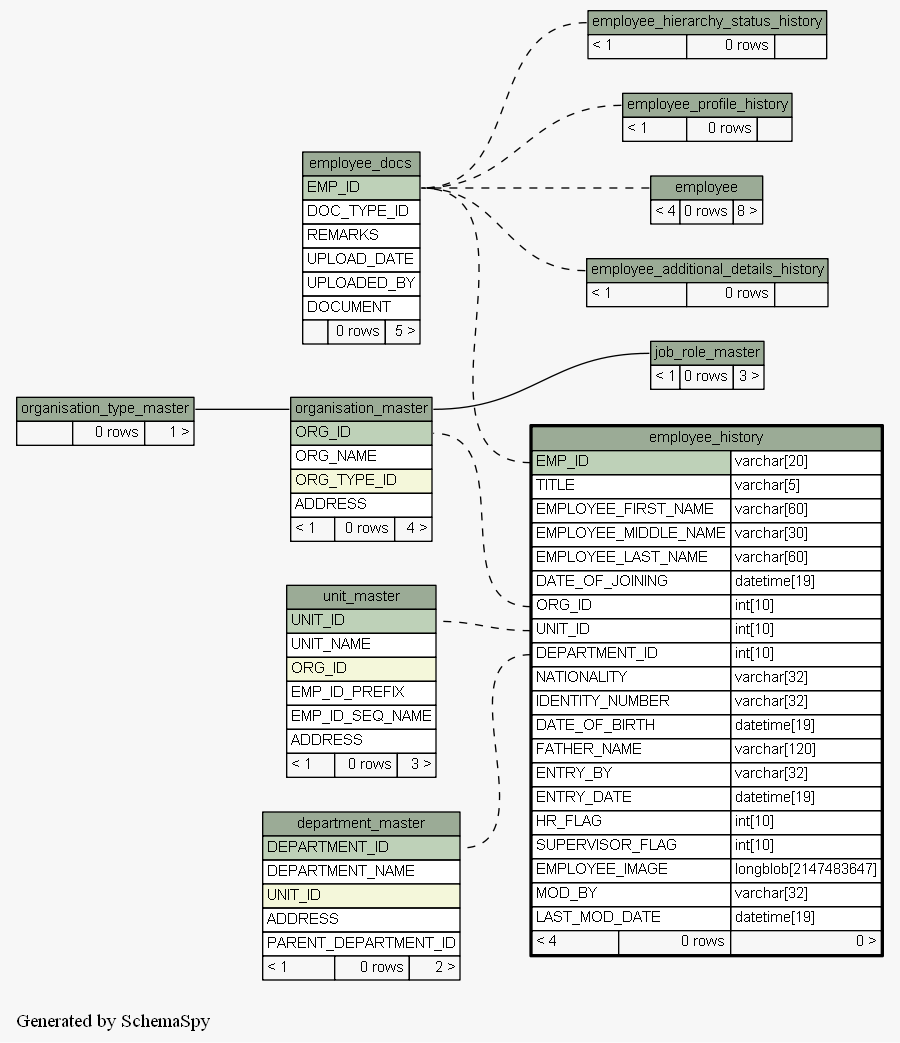
Earlier version of the Graphviz export docs/database/schemaspy/graphs/employee_history.implied2degrees.png (engineerscraft/hrms). Its source is kept beside it as docs/database/schemaspy/graphs/employee_history.implied2degrees.dot. Its diagram source:
```dot
digraph "impliedTwoDegreesRelationshipsGraph" {
  graph [
    rankdir="RL"
    bgcolor="#f7f7f7"
    label="\nGenerated by SchemaSpy"
    labeljust="l"
  ];
  node [
    fontname="Helvetica"
    fontsize="11"
    shape="plaintext"
  ];
  edge [
    arrowsize="0.8"
  ];
  "employee":"employee.heading":w -> "employee_docs":"EMP_ID":e [arrowtail=tee arrowhead=none style=dashed];
  "employee_additional_details_history":"employee_additional_details_history.heading":w -> "employee_docs":"EMP_ID":e [arrowtail=crowodot arrowhead=none style=dashed];
  "employee_hierarchy_status_history":"employee_hierarchy_status_history.heading":w -> "employee_docs":"EMP_ID":e [arrowtail=tee arrowhead=none style=dashed];
  "employee_history":"DEPARTMENT_ID":w -> "department_master":"DEPARTMENT_ID":e [arrowtail=crowodot arrowhead=none style=dashed];
  "employee_history":"EMP_ID":w -> "employee_docs":"EMP_ID":e [arrowtail=tee arrowhead=none style=dashed];
  "employee_history":"ORG_ID":w -> "organisation_master":"ORG_ID":e [arrowtail=crowodot arrowhead=none style=dashed];
  "employee_history":"UNIT_ID":w -> "unit_master":"UNIT_ID":e [arrowtail=crowodot arrowhead=none style=dashed];
  "employee_profile_history":"employee_profile_history.heading":w -> "employee_docs":"EMP_ID":e [arrowtail=crowodot arrowhead=none style=dashed];
  "job_role_master":"job_role_master.heading":w -> "organisation_master":"organisation_master.heading":e [arrowtail=crowtee arrowhead=none];
  "organisation_master":"organisation_master.heading":w -> "organisation_type_master":"organisation_type_master.heading":e [arrowtail=crowodot arrowhead=none];
  "department_master" [
    label=<
    <TABLE BORDER="0" CELLBORDER="1" CELLSPACING="0" BGCOLOR="#ffffff">
      <TR><TD PORT="department_master.heading" COLSPAN="3" BGCOLOR="#9bab96" ALIGN="CENTER">department_master</TD></TR>
      <TR><TD PORT="DEPARTMENT_ID" COLSPAN="3" BGCOLOR="#bed1b8" ALIGN="LEFT">DEPARTMENT_ID</TD></TR>
      <TR><TD PORT="DEPARTMENT_NAME" COLSPAN="3" ALIGN="LEFT">DEPARTMENT_NAME</TD></TR>
      <TR><TD PORT="UNIT_ID" COLSPAN="3" BGCOLOR="#f4f7da" ALIGN="LEFT">UNIT_ID</TD></TR>
      <TR><TD PORT="ADDRESS" COLSPAN="3" ALIGN="LEFT">ADDRESS</TD></TR>
      <TR><TD PORT="PARENT_DEPARTMENT_ID" COLSPAN="3" ALIGN="LEFT">PARENT_DEPARTMENT_ID</TD></TR>
      <TR><TD ALIGN="LEFT" BGCOLOR="#f7f7f7">&lt; 1</TD><TD ALIGN="RIGHT" BGCOLOR="#f7f7f7">0 rows</TD><TD ALIGN="RIGHT" BGCOLOR="#f7f7f7">2 &gt;</TD></TR>
    </TABLE>>
    URL="department_master.html#graph"
    tooltip="department_master"
  ];
  "employee" [
    label=<
    <TABLE BORDER="0" CELLBORDER="1" CELLSPACING="0" BGCOLOR="#ffffff">
      <TR><TD PORT="employee.heading" COLSPAN="3" BGCOLOR="#9bab96" ALIGN="CENTER">employee</TD></TR>
      <TR><TD ALIGN="LEFT" BGCOLOR="#f7f7f7">&lt; 4</TD><TD ALIGN="RIGHT" BGCOLOR="#f7f7f7">0 rows</TD><TD ALIGN="RIGHT" BGCOLOR="#f7f7f7">8 &gt;</TD></TR>
    </TABLE>>
    URL="employee.html#graph"
    tooltip="employee"
  ];
  "employee_additional_details_history" [
    label=<
    <TABLE BORDER="0" CELLBORDER="1" CELLSPACING="0" BGCOLOR="#ffffff">
      <TR><TD PORT="employee_additional_details_history.heading" COLSPAN="3" BGCOLOR="#9bab96" ALIGN="CENTER">employee_additional_details_history</TD></TR>
      <TR><TD ALIGN="LEFT" BGCOLOR="#f7f7f7">&lt; 1</TD><TD ALIGN="RIGHT" BGCOLOR="#f7f7f7">0 rows</TD><TD ALIGN="RIGHT" BGCOLOR="#f7f7f7">  </TD></TR>
    </TABLE>>
    URL="employee_additional_details_history.html#graph"
    tooltip="employee_additional_details_history"
  ];
  "employee_docs" [
    label=<
    <TABLE BORDER="0" CELLBORDER="1" CELLSPACING="0" BGCOLOR="#ffffff">
      <TR><TD PORT="employee_docs.heading" COLSPAN="3" BGCOLOR="#9bab96" ALIGN="CENTER">employee_docs</TD></TR>
      <TR><TD PORT="EMP_ID" COLSPAN="3" BGCOLOR="#bed1b8" ALIGN="LEFT">EMP_ID</TD></TR>
      <TR><TD PORT="DOC_TYPE_ID" COLSPAN="3" ALIGN="LEFT">DOC_TYPE_ID</TD></TR>
      <TR><TD PORT="REMARKS" COLSPAN="3" ALIGN="LEFT">REMARKS</TD></TR>
      <TR><TD PORT="UPLOAD_DATE" COLSPAN="3" ALIGN="LEFT">UPLOAD_DATE</TD></TR>
      <TR><TD PORT="UPLOADED_BY" COLSPAN="3" ALIGN="LEFT">UPLOADED_BY</TD></TR>
      <TR><TD PORT="DOCUMENT" COLSPAN="3" ALIGN="LEFT">DOCUMENT</TD></TR>
      <TR><TD ALIGN="LEFT" BGCOLOR="#f7f7f7">  </TD><TD ALIGN="RIGHT" BGCOLOR="#f7f7f7">0 rows</TD><TD ALIGN="RIGHT" BGCOLOR="#f7f7f7">5 &gt;</TD></TR>
    </TABLE>>
    URL="employee_docs.html#graph"
    tooltip="employee_docs"
  ];
  "employee_hierarchy_status_history" [
    label=<
    <TABLE BORDER="0" CELLBORDER="1" CELLSPACING="0" BGCOLOR="#ffffff">
      <TR><TD PORT="employee_hierarchy_status_history.heading" COLSPAN="3" BGCOLOR="#9bab96" ALIGN="CENTER">employee_hierarchy_status_history</TD></TR>
      <TR><TD ALIGN="LEFT" BGCOLOR="#f7f7f7">&lt; 1</TD><TD ALIGN="RIGHT" BGCOLOR="#f7f7f7">0 rows</TD><TD ALIGN="RIGHT" BGCOLOR="#f7f7f7">  </TD></TR>
    </TABLE>>
    URL="employee_hierarchy_status_history.html#graph"
    tooltip="employee_hierarchy_status_history"
  ];
  "employee_history" [
    label=<
    <TABLE BORDER="2" CELLBORDER="1" CELLSPACING="0" BGCOLOR="#ffffff">
      <TR><TD PORT="employee_history.heading" COLSPAN="3" BGCOLOR="#9bab96" ALIGN="CENTER">employee_history</TD></TR>
      <TR><TD PORT="EMP_ID" COLSPAN="2" BGCOLOR="#bed1b8" ALIGN="LEFT">EMP_ID</TD><TD PORT="EMP_ID.type" ALIGN="LEFT">varchar[20]</TD></TR>
      <TR><TD PORT="TITLE" COLSPAN="2" ALIGN="LEFT">TITLE</TD><TD PORT="TITLE.type" ALIGN="LEFT">varchar[5]</TD></TR>
      <TR><TD PORT="EMPLOYEE_FIRST_NAME" COLSPAN="2" ALIGN="LEFT">EMPLOYEE_FIRST_NAME</TD><TD PORT="EMPLOYEE_FIRST_NAME.type" ALIGN="LEFT">varchar[60]</TD></TR>
      <TR><TD PORT="EMPLOYEE_MIDDLE_NAME" COLSPAN="2" ALIGN="LEFT">EMPLOYEE_MIDDLE_NAME</TD><TD PORT="EMPLOYEE_MIDDLE_NAME.type" ALIGN="LEFT">varchar[30]</TD></TR>
      <TR><TD PORT="EMPLOYEE_LAST_NAME" COLSPAN="2" ALIGN="LEFT">EMPLOYEE_LAST_NAME</TD><TD PORT="EMPLOYEE_LAST_NAME.type" ALIGN="LEFT">varchar[60]</TD></TR>
      <TR><TD PORT="DATE_OF_JOINING" COLSPAN="2" ALIGN="LEFT">DATE_OF_JOINING</TD><TD PORT="DATE_OF_JOINING.type" ALIGN="LEFT">datetime[19]</TD></TR>
      <TR><TD PORT="ORG_ID" COLSPAN="2" ALIGN="LEFT">ORG_ID</TD><TD PORT="ORG_ID.type" ALIGN="LEFT">int[10]</TD></TR>
      <TR><TD PORT="UNIT_ID" COLSPAN="2" ALIGN="LEFT">UNIT_ID</TD><TD PORT="UNIT_ID.type" ALIGN="LEFT">int[10]</TD></TR>
      <TR><TD PORT="DEPARTMENT_ID" COLSPAN="2" ALIGN="LEFT">DEPARTMENT_ID</TD><TD PORT="DEPARTMENT_ID.type" ALIGN="LEFT">int[10]</TD></TR>
      <TR><TD PORT="NATIONALITY" COLSPAN="2" ALIGN="LEFT">NATIONALITY</TD><TD PORT="NATIONALITY.type" ALIGN="LEFT">varchar[32]</TD></TR>
      <TR><TD PORT="IDENTITY_NUMBER" COLSPAN="2" ALIGN="LEFT">IDENTITY_NUMBER</TD><TD PORT="IDENTITY_NUMBER.type" ALIGN="LEFT">varchar[32]</TD></TR>
      <TR><TD PORT="DATE_OF_BIRTH" COLSPAN="2" ALIGN="LEFT">DATE_OF_BIRTH</TD><TD PORT="DATE_OF_BIRTH.type" ALIGN="LEFT">datetime[19]</TD></TR>
      <TR><TD PORT="FATHER_NAME" COLSPAN="2" ALIGN="LEFT">FATHER_NAME</TD><TD PORT="FATHER_NAME.type" ALIGN="LEFT">varchar[120]</TD></TR>
      <TR><TD PORT="ENTRY_BY" COLSPAN="2" ALIGN="LEFT">ENTRY_BY</TD><TD PORT="ENTRY_BY.type" ALIGN="LEFT">varchar[32]</TD></TR>
      <TR><TD PORT="ENTRY_DATE" COLSPAN="2" ALIGN="LEFT">ENTRY_DATE</TD><TD PORT="ENTRY_DATE.type" ALIGN="LEFT">datetime[19]</TD></TR>
      <TR><TD PORT="HR_FLAG" COLSPAN="2" ALIGN="LEFT">HR_FLAG</TD><TD PORT="HR_FLAG.type" ALIGN="LEFT">int[10]</TD></TR>
      <TR><TD PORT="SUPERVISOR_FLAG" COLSPAN="2" ALIGN="LEFT">SUPERVISOR_FLAG</TD><TD PORT="SUPERVISOR_FLAG.type" ALIGN="LEFT">int[10]</TD></TR>
      <TR><TD PORT="EMPLOYEE_IMAGE" COLSPAN="2" ALIGN="LEFT">EMPLOYEE_IMAGE</TD><TD PORT="EMPLOYEE_IMAGE.type" ALIGN="LEFT">longblob[2147483647]</TD></TR>
      <TR><TD PORT="MOD_BY" COLSPAN="2" ALIGN="LEFT">MOD_BY</TD><TD PORT="MOD_BY.type" ALIGN="LEFT">varchar[32]</TD></TR>
      <TR><TD PORT="LAST_MOD_DATE" COLSPAN="2" ALIGN="LEFT">LAST_MOD_DATE</TD><TD PORT="LAST_MOD_DATE.type" ALIGN="LEFT">datetime[19]</TD></TR>
      <TR><TD ALIGN="LEFT" BGCOLOR="#f7f7f7">&lt; 4</TD><TD ALIGN="RIGHT" BGCOLOR="#f7f7f7">0 rows</TD><TD ALIGN="RIGHT" BGCOLOR="#f7f7f7">0 &gt;</TD></TR>
    </TABLE>>
    URL="employee_history.html#"
    tooltip="employee_history"
  ];
  "employee_profile_history" [
    label=<
    <TABLE BORDER="0" CELLBORDER="1" CELLSPACING="0" BGCOLOR="#ffffff">
      <TR><TD PORT="employee_profile_history.heading" COLSPAN="3" BGCOLOR="#9bab96" ALIGN="CENTER">employee_profile_history</TD></TR>
      <TR><TD ALIGN="LEFT" BGCOLOR="#f7f7f7">&lt; 1</TD><TD ALIGN="RIGHT" BGCOLOR="#f7f7f7">0 rows</TD><TD ALIGN="RIGHT" BGCOLOR="#f7f7f7">  </TD></TR>
    </TABLE>>
    URL="employee_profile_history.html#graph"
    tooltip="employee_profile_history"
  ];
  "job_role_master" [
    label=<
    <TABLE BORDER="0" CELLBORDER="1" CELLSPACING="0" BGCOLOR="#ffffff">
      <TR><TD PORT="job_role_master.heading" COLSPAN="3" BGCOLOR="#9bab96" ALIGN="CENTER">job_role_master</TD></TR>
      <TR><TD ALIGN="LEFT" BGCOLOR="#f7f7f7">&lt; 1</TD><TD ALIGN="RIGHT" BGCOLOR="#f7f7f7">0 rows</TD><TD ALIGN="RIGHT" BGCOLOR="#f7f7f7">3 &gt;</TD></TR>
    </TABLE>>
    URL="job_role_master.html#graph"
    tooltip="job_role_master"
  ];
  "organisation_master" [
    label=<
    <TABLE BORDER="0" CELLBORDER="1" CELLSPACING="0" BGCOLOR="#ffffff">
      <TR><TD PORT="organisation_master.heading" COLSPAN="3" BGCOLOR="#9bab96" ALIGN="CENTER">organisation_master</TD></TR>
      <TR><TD PORT="ORG_ID" COLSPAN="3" BGCOLOR="#bed1b8" ALIGN="LEFT">ORG_ID</TD></TR>
      <TR><TD PORT="ORG_NAME" COLSPAN="3" ALIGN="LEFT">ORG_NAME</TD></TR>
      <TR><TD PORT="ORG_TYPE_ID" COLSPAN="3" BGCOLOR="#f4f7da" ALIGN="LEFT">ORG_TYPE_ID</TD></TR>
      <TR><TD PORT="ADDRESS" COLSPAN="3" ALIGN="LEFT">ADDRESS</TD></TR>
      <TR><TD ALIGN="LEFT" BGCOLOR="#f7f7f7">&lt; 1</TD><TD ALIGN="RIGHT" BGCOLOR="#f7f7f7">0 rows</TD><TD ALIGN="RIGHT" BGCOLOR="#f7f7f7">4 &gt;</TD></TR>
    </TABLE>>
    URL="organisation_master.html#graph"
    tooltip="organisation_master"
  ];
  "organisation_type_master" [
    label=<
    <TABLE BORDER="0" CELLBORDER="1" CELLSPACING="0" BGCOLOR="#ffffff">
      <TR><TD PORT="organisation_type_master.heading" COLSPAN="3" BGCOLOR="#9bab96" ALIGN="CENTER">organisation_type_master</TD></TR>
      <TR><TD ALIGN="LEFT" BGCOLOR="#f7f7f7">  </TD><TD ALIGN="RIGHT" BGCOLOR="#f7f7f7">0 rows</TD><TD ALIGN="RIGHT" BGCOLOR="#f7f7f7">1 &gt;</TD></TR>
    </TABLE>>
    URL="organisation_type_master.html#graph"
    tooltip="organisation_type_master"
  ];
  "unit_master" [
    label=<
    <TABLE BORDER="0" CELLBORDER="1" CELLSPACING="0" BGCOLOR="#ffffff">
      <TR><TD PORT="unit_master.heading" COLSPAN="3" BGCOLOR="#9bab96" ALIGN="CENTER">unit_master</TD></TR>
      <TR><TD PORT="UNIT_ID" COLSPAN="3" BGCOLOR="#bed1b8" ALIGN="LEFT">UNIT_ID</TD></TR>
      <TR><TD PORT="UNIT_NAME" COLSPAN="3" ALIGN="LEFT">UNIT_NAME</TD></TR>
      <TR><TD PORT="ORG_ID" COLSPAN="3" BGCOLOR="#f4f7da" ALIGN="LEFT">ORG_ID</TD></TR>
      <TR><TD PORT="EMP_ID_PREFIX" COLSPAN="3" ALIGN="LEFT">EMP_ID_PREFIX</TD></TR>
      <TR><TD PORT="EMP_ID_SEQ_NAME" COLSPAN="3" ALIGN="LEFT">EMP_ID_SEQ_NAME</TD></TR>
      <TR><TD PORT="ADDRESS" COLSPAN="3" ALIGN="LEFT">ADDRESS</TD></TR>
      <TR><TD ALIGN="LEFT" BGCOLOR="#f7f7f7">&lt; 1</TD><TD ALIGN="RIGHT" BGCOLOR="#f7f7f7">0 rows</TD><TD ALIGN="RIGHT" BGCOLOR="#f7f7f7">3 &gt;</TD></TR>
    </TABLE>>
    URL="unit_master.html#graph"
    tooltip="unit_master"
  ];
}
```
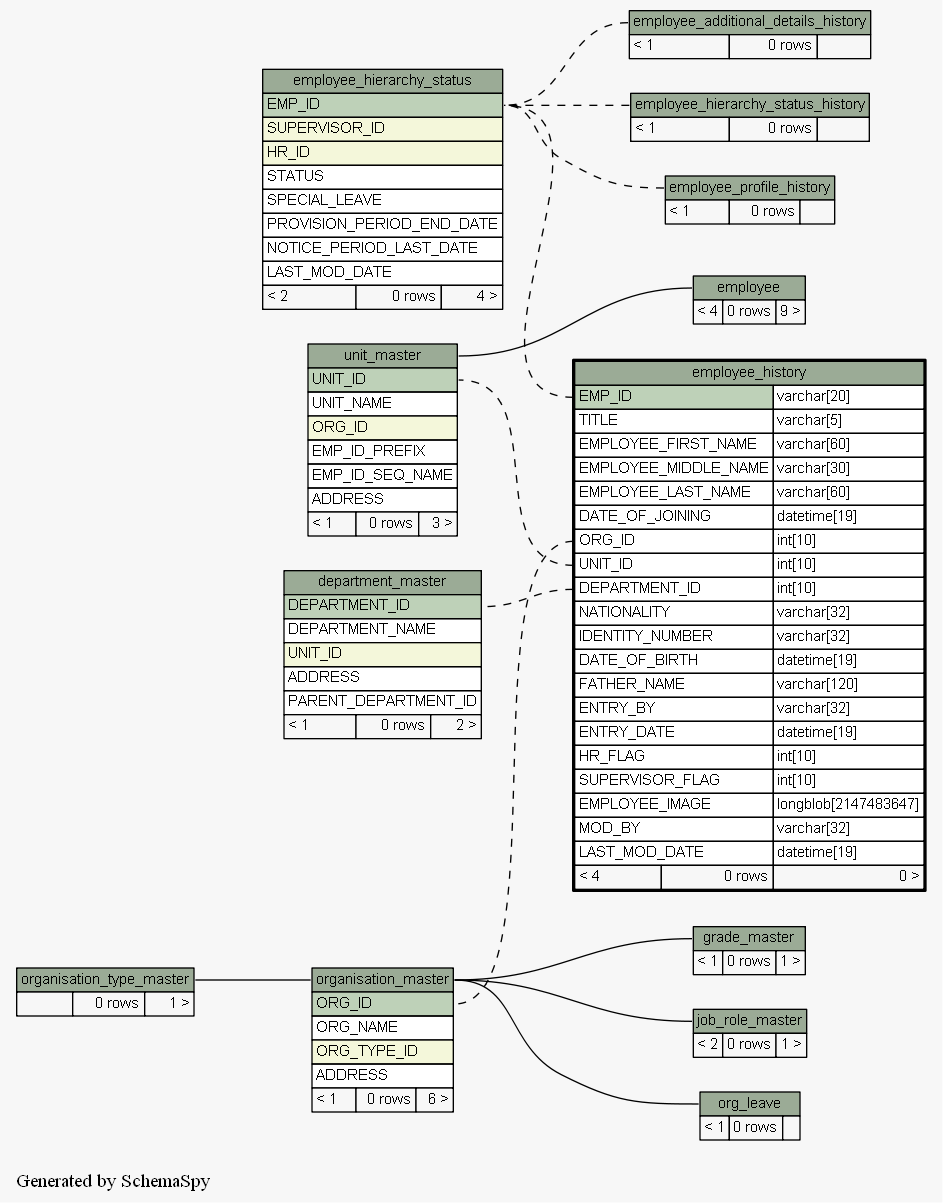
After the commit.

Diff of the diagram source:
```diff
@@ -13,15 +13,17 @@
   edge [
     arrowsize="0.8"
   ];
-  "employee":"employee.heading":w -> "employee_docs":"EMP_ID":e [arrowtail=tee arrowhead=none style=dashed];
-  "employee_additional_details_history":"employee_additional_details_history.heading":w -> "employee_docs":"EMP_ID":e [arrowtail=crowodot arrowhead=none style=dashed];
-  "employee_hierarchy_status_history":"employee_hierarchy_status_history.heading":w -> "employee_docs":"EMP_ID":e [arrowtail=tee arrowhead=none style=dashed];
+  "employee":"employee.heading":w -> "unit_master":"unit_master.heading":e [arrowtail=crowodot arrowhead=none];
+  "employee_additional_details_history":"employee_additional_details_history.heading":w -> "employee_hierarchy_status":"EMP_ID":e [arrowtail=crowodot arrowhead=none style=dashed];
+  "employee_hierarchy_status_history":"employee_hierarchy_status_history.heading":w -> "employee_hierarchy_status":"EMP_ID":e [arrowtail=tee arrowhead=none style=dashed];
   "employee_history":"DEPARTMENT_ID":w -> "department_master":"DEPARTMENT_ID":e [arrowtail=crowodot arrowhead=none style=dashed];
-  "employee_history":"EMP_ID":w -> "employee_docs":"EMP_ID":e [arrowtail=tee arrowhead=none style=dashed];
+  "employee_history":"EMP_ID":w -> "employee_hierarchy_status":"EMP_ID":e [arrowtail=tee arrowhead=none style=dashed];
   "employee_history":"ORG_ID":w -> "organisation_master":"ORG_ID":e [arrowtail=crowodot arrowhead=none style=dashed];
   "employee_history":"UNIT_ID":w -> "unit_master":"UNIT_ID":e [arrowtail=crowodot arrowhead=none style=dashed];
-  "employee_profile_history":"employee_profile_history.heading":w -> "employee_docs":"EMP_ID":e [arrowtail=crowodot arrowhead=none style=dashed];
-  "job_role_master":"job_role_master.heading":w -> "organisation_master":"organisation_master.heading":e [arrowtail=crowtee arrowhead=none];
+  "employee_profile_history":"employee_profile_history.heading":w -> "employee_hierarchy_status":"EMP_ID":e [arrowtail=crowodot arrowhead=none style=dashed];
+  "grade_master":"grade_master.heading":w -> "organisation_master":"organisation_master.heading":e [arrowtail=crowodot arrowhead=none];
+  "job_role_master":"job_role_master.heading":w -> "organisation_master":"organisation_master.heading":e [arrowtail=crowodot arrowhead=none];
+  "org_leave":"org_leave.heading":w -> "organisation_master":"organisation_master.heading":e [arrowtail=crowodot arrowhead=none];
   "organisation_master":"organisation_master.heading":w -> "organisation_type_master":"organisation_type_master.heading":e [arrowtail=crowodot arrowhead=none];
   "department_master" [
     label=<
@@ -41,7 +43,7 @@
     label=<
     <TABLE BORDER="0" CELLBORDER="1" CELLSPACING="0" BGCOLOR="#ffffff">
       <TR><TD PORT="employee.heading" COLSPAN="3" BGCOLOR="#9bab96" ALIGN="CENTER">employee</TD></TR>
-      <TR><TD ALIGN="LEFT" BGCOLOR="#f7f7f7">&lt; 4</TD><TD ALIGN="RIGHT" BGCOLOR="#f7f7f7">0 rows</TD><TD ALIGN="RIGHT" BGCOLOR="#f7f7f7">8 &gt;</TD></TR>
+      <TR><TD ALIGN="LEFT" BGCOLOR="#f7f7f7">&lt; 4</TD><TD ALIGN="RIGHT" BGCOLOR="#f7f7f7">0 rows</TD><TD ALIGN="RIGHT" BGCOLOR="#f7f7f7">9 &gt;</TD></TR>
     </TABLE>>
     URL="employee.html#graph"
     tooltip="employee"
@@ -55,20 +57,22 @@
     URL="employee_additional_details_history.html#graph"
     tooltip="employee_additional_details_history"
   ];
-  "employee_docs" [
+  "employee_hierarchy_status" [
     label=<
     <TABLE BORDER="0" CELLBORDER="1" CELLSPACING="0" BGCOLOR="#ffffff">
-      <TR><TD PORT="employee_docs.heading" COLSPAN="3" BGCOLOR="#9bab96" ALIGN="CENTER">employee_docs</TD></TR>
+      <TR><TD PORT="employee_hierarchy_status.heading" COLSPAN="3" BGCOLOR="#9bab96" ALIGN="CENTER">employee_hierarchy_status</TD></TR>
       <TR><TD PORT="EMP_ID" COLSPAN="3" BGCOLOR="#bed1b8" ALIGN="LEFT">EMP_ID</TD></TR>
-      <TR><TD PORT="DOC_TYPE_ID" COLSPAN="3" ALIGN="LEFT">DOC_TYPE_ID</TD></TR>
-      <TR><TD PORT="REMARKS" COLSPAN="3" ALIGN="LEFT">REMARKS</TD></TR>
-      <TR><TD PORT="UPLOAD_DATE" COLSPAN="3" ALIGN="LEFT">UPLOAD_DATE</TD></TR>
-      <TR><TD PORT="UPLOADED_BY" COLSPAN="3" ALIGN="LEFT">UPLOADED_BY</TD></TR>
-      <TR><TD PORT="DOCUMENT" COLSPAN="3" ALIGN="LEFT">DOCUMENT</TD></TR>
-      <TR><TD ALIGN="LEFT" BGCOLOR="#f7f7f7">  </TD><TD ALIGN="RIGHT" BGCOLOR="#f7f7f7">0 rows</TD><TD ALIGN="RIGHT" BGCOLOR="#f7f7f7">5 &gt;</TD></TR>
+      <TR><TD PORT="SUPERVISOR_ID" COLSPAN="3" BGCOLOR="#f4f7da" ALIGN="LEFT">SUPERVISOR_ID</TD></TR>
+      <TR><TD PORT="HR_ID" COLSPAN="3" BGCOLOR="#f4f7da" ALIGN="LEFT">HR_ID</TD></TR>
+      <TR><TD PORT="STATUS" COLSPAN="3" ALIGN="LEFT">STATUS</TD></TR>
+      <TR><TD PORT="SPECIAL_LEAVE" COLSPAN="3" ALIGN="LEFT">SPECIAL_LEAVE</TD></TR>
+      <TR><TD PORT="PROVISION_PERIOD_END_DATE" COLSPAN="3" ALIGN="LEFT">PROVISION_PERIOD_END_DATE</TD></TR>
+      <TR><TD PORT="NOTICE_PERIOD_LAST_DATE" COLSPAN="3" ALIGN="LEFT">NOTICE_PERIOD_LAST_DATE</TD></TR>
+      <TR><TD PORT="LAST_MOD_DATE" COLSPAN="3" ALIGN="LEFT">LAST_MOD_DATE</TD></TR>
+      <TR><TD ALIGN="LEFT" BGCOLOR="#f7f7f7">&lt; 2</TD><TD ALIGN="RIGHT" BGCOLOR="#f7f7f7">0 rows</TD><TD ALIGN="RIGHT" BGCOLOR="#f7f7f7">4 &gt;</TD></TR>
     </TABLE>>
-    URL="employee_docs.html#graph"
-    tooltip="employee_docs"
+    URL="employee_hierarchy_status.html#graph"
+    tooltip="employee_hierarchy_status"
   ];
   "employee_hierarchy_status_history" [
     label=<
@@ -117,14 +121,32 @@
     URL="employee_profile_history.html#graph"
     tooltip="employee_profile_history"
   ];
+  "grade_master" [
+    label=<
+    <TABLE BORDER="0" CELLBORDER="1" CELLSPACING="0" BGCOLOR="#ffffff">
+      <TR><TD PORT="grade_master.heading" COLSPAN="3" BGCOLOR="#9bab96" ALIGN="CENTER">grade_master</TD></TR>
+      <TR><TD ALIGN="LEFT" BGCOLOR="#f7f7f7">&lt; 1</TD><TD ALIGN="RIGHT" BGCOLOR="#f7f7f7">0 rows</TD><TD ALIGN="RIGHT" BGCOLOR="#f7f7f7">1 &gt;</TD></TR>
+    </TABLE>>
+    URL="grade_master.html#graph"
+    tooltip="grade_master"
+  ];
   "job_role_master" [
     label=<
     <TABLE BORDER="0" CELLBORDER="1" CELLSPACING="0" BGCOLOR="#ffffff">
       <TR><TD PORT="job_role_master.heading" COLSPAN="3" BGCOLOR="#9bab96" ALIGN="CENTER">job_role_master</TD></TR>
-      <TR><TD ALIGN="LEFT" BGCOLOR="#f7f7f7">&lt; 1</TD><TD ALIGN="RIGHT" BGCOLOR="#f7f7f7">0 rows</TD><TD ALIGN="RIGHT" BGCOLOR="#f7f7f7">3 &gt;</TD></TR>
+      <TR><TD ALIGN="LEFT" BGCOLOR="#f7f7f7">&lt; 2</TD><TD ALIGN="RIGHT" BGCOLOR="#f7f7f7">0 rows</TD><TD ALIGN="RIGHT" BGCOLOR="#f7f7f7">1 &gt;</TD></TR>
     </TABLE>>
     URL="job_role_master.html#graph"
     tooltip="job_role_master"
+  ];
+  "org_leave" [
+    label=<
+    <TABLE BORDER="0" CELLBORDER="1" CELLSPACING="0" BGCOLOR="#ffffff">
+      <TR><TD PORT="org_leave.heading" COLSPAN="3" BGCOLOR="#9bab96" ALIGN="CENTER">org_leave</TD></TR>
+      <TR><TD ALIGN="LEFT" BGCOLOR="#f7f7f7">&lt; 1</TD><TD ALIGN="RIGHT" BGCOLOR="#f7f7f7">0 rows</TD><TD ALIGN="RIGHT" BGCOLOR="#f7f7f7">  </TD></TR>
+    </TABLE>>
+    URL="org_leave.html#graph"
+    tooltip="org_leave"
   ];
   "organisation_master" [
     label=<
@@ -134,7 +156,7 @@
       <TR><TD PORT="ORG_NAME" COLSPAN="3" ALIGN="LEFT">ORG_NAME</TD></TR>
       <TR><TD PORT="ORG_TYPE_ID" COLSPAN="3" BGCOLOR="#f4f7da" ALIGN="LEFT">ORG_TYPE_ID</TD></TR>
       <TR><TD PORT="ADDRESS" COLSPAN="3" ALIGN="LEFT">ADDRESS</TD></TR>
-      <TR><TD ALIGN="LEFT" BGCOLOR="#f7f7f7">&lt; 1</TD><TD ALIGN="RIGHT" BGCOLOR="#f7f7f7">0 rows</TD><TD ALIGN="RIGHT" BGCOLOR="#f7f7f7">4 &gt;</TD></TR>
+      <TR><TD ALIGN="LEFT" BGCOLOR="#f7f7f7">&lt; 1</TD><TD ALIGN="RIGHT" BGCOLOR="#f7f7f7">0 rows</TD><TD ALIGN="RIGHT" BGCOLOR="#f7f7f7">6 &gt;</TD></TR>
     </TABLE>>
     URL="organisation_master.html#graph"
     tooltip="organisation_master"
```
